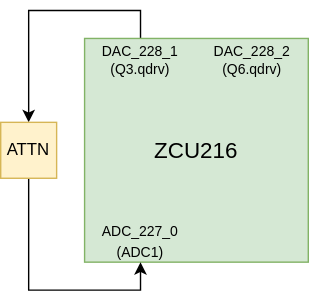
Before: images/cirgen.svg, a diagram exported from draw.io (ghuangatlbl/qubictutorial). Source tidied: cells renumbered, new cells last; positions are measured from the earlier drawing's top-left corner, leaving out a move shared by most shapes.
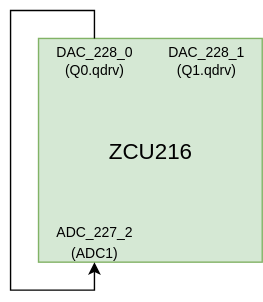
After the commit.

What changed in the source:
```diff
@@ -2,30 +2,26 @@
   <root>
     <mxCell id="0" />
     <mxCell id="1" parent="0" />
-    <mxCell id="2" style="edgeStyle=orthogonalEdgeStyle;rounded=0;jettySize=auto;html=1;exitX=0.25;exitY=0;exitDx=0;exitDy=0;entryX=0.5;entryY=0;entryDx=0;entryDy=0;" parent="1" edge="1" source="3" target="5">
-      <mxGeometry relative="1" as="geometry" />
-    </mxCell>
     <mxCell id="3" value="&lt;font style=&quot;font-size: 16px;&quot;&gt;ZCU216&lt;/font&gt;" style="rounded=0;whiteSpace=wrap;html=1;fillColor=#d5e8d4;strokeColor=#82b366;" parent="1" vertex="1">
       <mxGeometry x="60" width="160" height="160" as="geometry" />
     </mxCell>
-    <mxCell id="4" style="edgeStyle=orthogonalEdgeStyle;rounded=0;jettySize=auto;html=1;exitX=0.5;exitY=1;exitDx=0;exitDy=0;entryX=0.25;entryY=1;entryDx=0;entryDy=0;" parent="1" edge="1" source="5" target="3">
-      <mxGeometry relative="1" as="geometry">
-        <Array as="points">
-          <mxPoint x="20" y="180" />
-          <mxPoint x="100" y="180" />
-        </Array>
-      </mxGeometry>
-    </mxCell>
-    <mxCell id="5" value="ATTN" style="rounded=0;whiteSpace=wrap;html=1;fillColor=#fff2cc;strokeColor=#d6b656;" parent="1" vertex="1">
-      <mxGeometry y="60" width="40" height="40" as="geometry" />
-    </mxCell>
+    <mxCell id="9" style="edgeStyle=orthogonalEdgeStyle;rounded=0;jettySize=auto;html=1;exitX=0.5;exitY=0;exitDx=0;exitDy=0;entryX=0.5;entryY=1;entryDx=0;entryDy=0;" parent="1" edge="1" source="6" target="8">
+      <mxGeometry relative="1" as="geometry">
+        <Array as="points">
+          <mxPoint x="100" y="-20" />
+          <mxPoint x="40" y="-20" />
+          <mxPoint x="40" y="180" />
+          <mxPoint x="100" y="180" />
+        </Array>
+      </mxGeometry>
+    </mxCell>
-    <mxCell id="6" value="&lt;font style=&quot;font-size: 10px;&quot;&gt;DAC_228_1&lt;br&gt;&lt;/font&gt;&lt;div style=&quot;font-size: 10px;&quot;&gt;&lt;font style=&quot;font-size: 10px;&quot;&gt;(Q3.qdrv)&lt;/font&gt;&lt;/div&gt;" style="text;html=1;strokeColor=none;fillColor=none;align=center;verticalAlign=middle;whiteSpace=wrap;rounded=0;" parent="1" vertex="1">
+    <mxCell id="6" value="&lt;font style=&quot;font-size: 10px;&quot;&gt;DAC_228_0&lt;br&gt;&lt;/font&gt;&lt;div style=&quot;font-size: 10px;&quot;&gt;&lt;font style=&quot;font-size: 10px;&quot;&gt;(Q0.qdrv)&lt;/font&gt;&lt;/div&gt;" style="text;html=1;strokeColor=none;fillColor=none;align=center;verticalAlign=middle;whiteSpace=wrap;rounded=0;" parent="1" vertex="1">
       <mxGeometry x="70" width="60" height="30" as="geometry" />
     </mxCell>
-    <mxCell id="7" value="&lt;font style=&quot;font-size: 10px;&quot;&gt;DAC_228_2&lt;br&gt;&lt;/font&gt;&lt;div style=&quot;font-size: 10px;&quot;&gt;&lt;font style=&quot;font-size: 10px;&quot;&gt;(Q6.qdrv)&lt;/font&gt;&lt;/div&gt;" style="text;html=1;strokeColor=none;fillColor=none;align=center;verticalAlign=middle;whiteSpace=wrap;rounded=0;" parent="1" vertex="1">
+    <mxCell id="7" value="&lt;font style=&quot;font-size: 10px;&quot;&gt;DAC_228_1&lt;br&gt;&lt;/font&gt;&lt;div style=&quot;font-size: 10px;&quot;&gt;&lt;font style=&quot;font-size: 10px;&quot;&gt;(Q1.qdrv)&lt;/font&gt;&lt;/div&gt;" style="text;html=1;strokeColor=none;fillColor=none;align=center;verticalAlign=middle;whiteSpace=wrap;rounded=0;" parent="1" vertex="1">
       <mxGeometry x="150" width="60" height="30" as="geometry" />
     </mxCell>
-    <mxCell id="8" value="&lt;div&gt;&lt;font style=&quot;font-size: 10px;&quot;&gt;ADC_227_0&lt;/font&gt;&lt;/div&gt;&lt;div&gt;&lt;font style=&quot;font-size: 10px;&quot;&gt;(ADC1)&lt;/font&gt;&lt;/div&gt;" style="text;html=1;strokeColor=none;fillColor=none;align=center;verticalAlign=middle;whiteSpace=wrap;rounded=0;" parent="1" vertex="1">
+    <mxCell id="8" value="&lt;div&gt;&lt;font style=&quot;font-size: 10px;&quot;&gt;ADC_227_2&lt;/font&gt;&lt;/div&gt;&lt;div&gt;&lt;font style=&quot;font-size: 10px;&quot;&gt;(ADC1)&lt;/font&gt;&lt;/div&gt;" style="text;html=1;strokeColor=none;fillColor=none;align=center;verticalAlign=middle;whiteSpace=wrap;rounded=0;" parent="1" vertex="1">
       <mxGeometry x="70" y="130" width="60" height="30" as="geometry" />
     </mxCell>
   </root>
```
